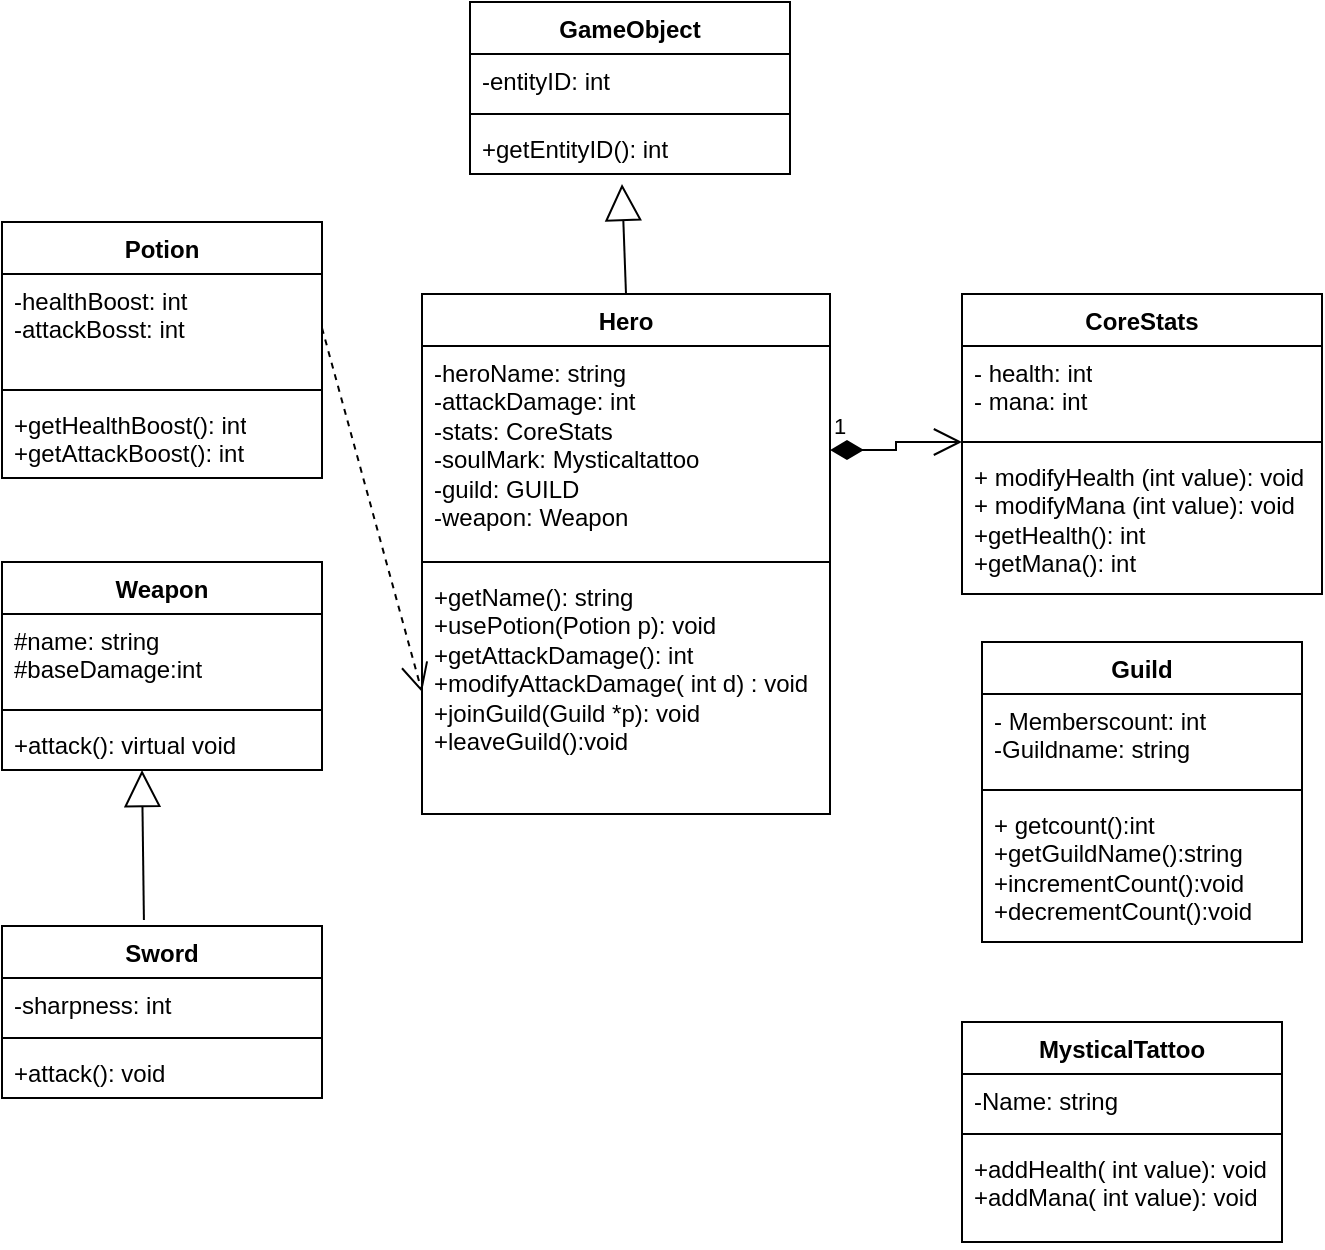
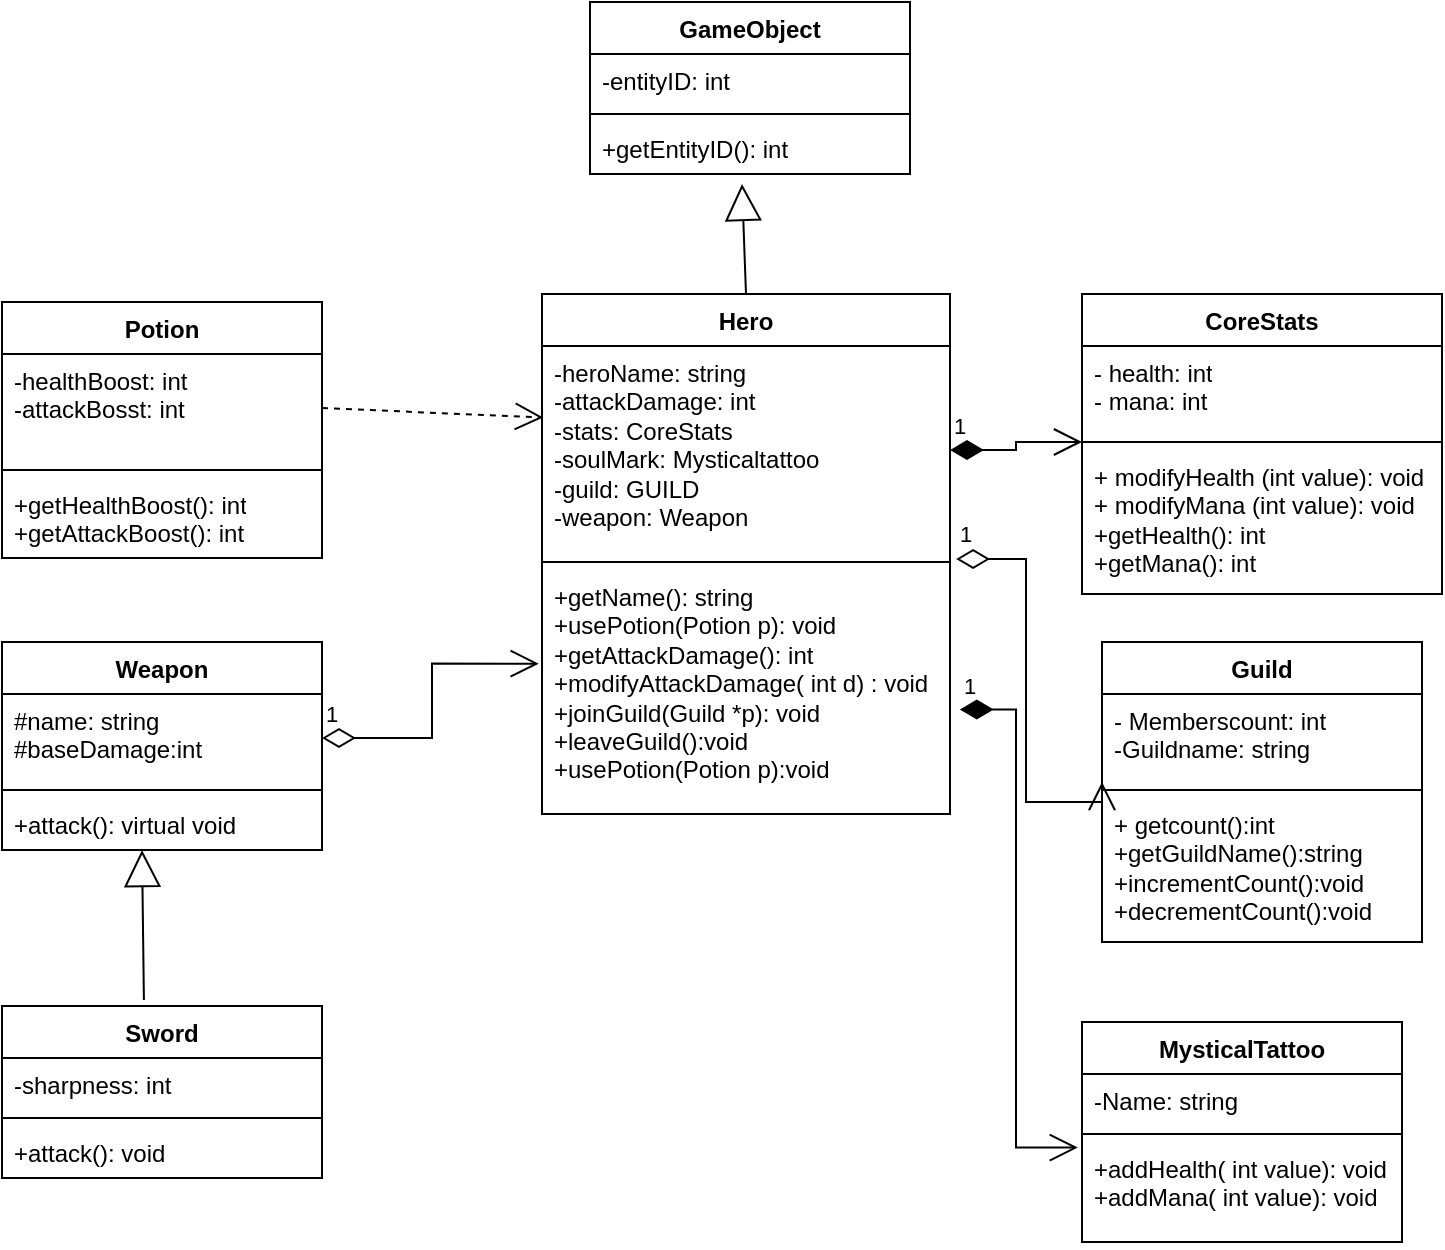
- <mxfile host="Electron" modified="2026-05-21T23:47:07.541Z" agent="Mozilla/5.0 (Windows NT 10.0; Win64; x64) AppleWebKit/537.36 (KHTML, like Gecko) draw.io/24.4.0 Chrome/120.0.6099.109 Electron/28.1.0 Safari/537.36" etag="iZG5FHQVWImlIttax7Pn" version="24.4.0" type="device">
+ <mxfile host="Electron" modified="2026-05-22T00:16:16.396Z" agent="Mozilla/5.0 (Windows NT 10.0; Win64; x64) AppleWebKit/537.36 (KHTML, like Gecko) draw.io/24.4.0 Chrome/120.0.6099.109 Electron/28.1.0 Safari/537.36" etag="Oc7O778FIm278JWoWP1z" version="24.4.0" type="device">
  <diagram id="C5RBs43oDa-KdzZeNtuy" name="Page-1">
-     <mxGraphModel dx="720" dy="430" grid="1" gridSize="10" guides="1" tooltips="1" connect="1" arrows="1" fold="1" page="1" pageScale="1" pageWidth="827" pageHeight="1169" math="0" shadow="0">
+     <mxGraphModel dx="823" dy="491" grid="1" gridSize="10" guides="1" tooltips="1" connect="1" arrows="1" fold="1" page="1" pageScale="1" pageWidth="827" pageHeight="1169" math="0" shadow="0">
      <root>
        <mxCell id="WIyWlLk6GJQsqaUBKTNV-0" />
        <mxCell id="WIyWlLk6GJQsqaUBKTNV-1" parent="WIyWlLk6GJQsqaUBKTNV-0" />
        <mxCell id="p3vUgTUbWygCvYEN91rt-4" value="Hero" style="swimlane;fontStyle=1;align=center;verticalAlign=top;childLayout=stackLayout;horizontal=1;startSize=26;horizontalStack=0;resizeParent=1;resizeParentMax=0;resizeLast=0;collapsible=1;marginBottom=0;whiteSpace=wrap;html=1;" vertex="1" parent="WIyWlLk6GJQsqaUBKTNV-1">
          <mxGeometry x="310" y="166" width="204" height="260" as="geometry" />
        </mxCell>
        <mxCell id="p3vUgTUbWygCvYEN91rt-5" value="-heroName: string&lt;div&gt;-attackDamage: int&lt;/div&gt;&lt;div&gt;-stats: CoreStats&lt;/div&gt;&lt;div&gt;-soulMark: Mysticaltattoo&lt;/div&gt;&lt;div&gt;-guild: GUILD&lt;/div&gt;&lt;div&gt;-weapon: Weapon&lt;/div&gt;&lt;div&gt;&lt;br&gt;&lt;/div&gt;" style="text;strokeColor=none;fillColor=none;align=left;verticalAlign=top;spacingLeft=4;spacingRight=4;overflow=hidden;rotatable=0;points=[[0,0.5],[1,0.5]];portConstraint=eastwest;whiteSpace=wrap;html=1;" vertex="1" parent="p3vUgTUbWygCvYEN91rt-4">
          <mxGeometry y="26" width="204" height="104" as="geometry" />
        </mxCell>
        <mxCell id="p3vUgTUbWygCvYEN91rt-6" value="" style="line;strokeWidth=1;fillColor=none;align=left;verticalAlign=middle;spacingTop=-1;spacingLeft=3;spacingRight=3;rotatable=0;labelPosition=right;points=[];portConstraint=eastwest;strokeColor=inherit;" vertex="1" parent="p3vUgTUbWygCvYEN91rt-4">
          <mxGeometry y="130" width="204" height="8" as="geometry" />
        </mxCell>
-         <mxCell id="p3vUgTUbWygCvYEN91rt-7" value="+getName(): string&lt;div&gt;+usePotion(Potion p): void&lt;/div&gt;&lt;div&gt;+getAttackDamage(): int&lt;/div&gt;&lt;div&gt;+modifyAttackDamage( int d) : void&lt;/div&gt;&lt;div&gt;+joinGuild(Guild *p): void&lt;/div&gt;&lt;div&gt;+leaveGuild():void&lt;/div&gt;&lt;div&gt;&lt;br&gt;&lt;div&gt;&lt;br&gt;&lt;/div&gt;&lt;/div&gt;" style="text;strokeColor=none;fillColor=none;align=left;verticalAlign=top;spacingLeft=4;spacingRight=4;overflow=hidden;rotatable=0;points=[[0,0.5],[1,0.5]];portConstraint=eastwest;whiteSpace=wrap;html=1;" vertex="1" parent="p3vUgTUbWygCvYEN91rt-4">
+         <mxCell id="p3vUgTUbWygCvYEN91rt-7" value="+getName(): string&lt;div&gt;+usePotion(Potion p): void&lt;/div&gt;&lt;div&gt;+getAttackDamage(): int&lt;/div&gt;&lt;div&gt;+modifyAttackDamage( int d) : void&lt;/div&gt;&lt;div&gt;+joinGuild(Guild *p): void&lt;/div&gt;&lt;div&gt;+leaveGuild():void&lt;/div&gt;&lt;div&gt;+usePotion(Potion p):void&lt;/div&gt;&lt;div&gt;&lt;br&gt;&lt;div&gt;&lt;br&gt;&lt;/div&gt;&lt;/div&gt;" style="text;strokeColor=none;fillColor=none;align=left;verticalAlign=top;spacingLeft=4;spacingRight=4;overflow=hidden;rotatable=0;points=[[0,0.5],[1,0.5]];portConstraint=eastwest;whiteSpace=wrap;html=1;" vertex="1" parent="p3vUgTUbWygCvYEN91rt-4">
          <mxGeometry y="138" width="204" height="122" as="geometry" />
        </mxCell>
        <mxCell id="p3vUgTUbWygCvYEN91rt-8" value="CoreStats" style="swimlane;fontStyle=1;align=center;verticalAlign=top;childLayout=stackLayout;horizontal=1;startSize=26;horizontalStack=0;resizeParent=1;resizeParentMax=0;resizeLast=0;collapsible=1;marginBottom=0;whiteSpace=wrap;html=1;" vertex="1" parent="WIyWlLk6GJQsqaUBKTNV-1">
          <mxGeometry x="580" y="166" width="180" height="150" as="geometry" />
        </mxCell>
        <mxCell id="p3vUgTUbWygCvYEN91rt-9" value="- health: int&lt;div&gt;- mana: int&lt;/div&gt;" style="text;strokeColor=none;fillColor=none;align=left;verticalAlign=top;spacingLeft=4;spacingRight=4;overflow=hidden;rotatable=0;points=[[0,0.5],[1,0.5]];portConstraint=eastwest;whiteSpace=wrap;html=1;" vertex="1" parent="p3vUgTUbWygCvYEN91rt-8">
          <mxGeometry y="26" width="180" height="44" as="geometry" />
        </mxCell>
        <mxCell id="p3vUgTUbWygCvYEN91rt-10" value="" style="line;strokeWidth=1;fillColor=none;align=left;verticalAlign=middle;spacingTop=-1;spacingLeft=3;spacingRight=3;rotatable=0;labelPosition=right;points=[];portConstraint=eastwest;strokeColor=inherit;" vertex="1" parent="p3vUgTUbWygCvYEN91rt-8">
          <mxGeometry y="70" width="180" height="8" as="geometry" />
        </mxCell>
        <mxCell id="p3vUgTUbWygCvYEN91rt-11" value="+ modifyHealth (int value): void&lt;div&gt;+ modifyMana (int value): void&lt;/div&gt;&lt;div&gt;+getHealth(): int&lt;/div&gt;&lt;div&gt;+getMana(): int&lt;/div&gt;&lt;div&gt;&lt;br&gt;&lt;div&gt;&lt;br&gt;&lt;/div&gt;&lt;/div&gt;" style="text;strokeColor=none;fillColor=none;align=left;verticalAlign=top;spacingLeft=4;spacingRight=4;overflow=hidden;rotatable=0;points=[[0,0.5],[1,0.5]];portConstraint=eastwest;whiteSpace=wrap;html=1;" vertex="1" parent="p3vUgTUbWygCvYEN91rt-8">
          <mxGeometry y="78" width="180" height="72" as="geometry" />
        </mxCell>
        <mxCell id="p3vUgTUbWygCvYEN91rt-12" value="MysticalTattoo" style="swimlane;fontStyle=1;align=center;verticalAlign=top;childLayout=stackLayout;horizontal=1;startSize=26;horizontalStack=0;resizeParent=1;resizeParentMax=0;resizeLast=0;collapsible=1;marginBottom=0;whiteSpace=wrap;html=1;" vertex="1" parent="WIyWlLk6GJQsqaUBKTNV-1">
          <mxGeometry x="580" y="530" width="160" height="110" as="geometry" />
        </mxCell>
        <mxCell id="p3vUgTUbWygCvYEN91rt-13" value="-Name: string" style="text;strokeColor=none;fillColor=none;align=left;verticalAlign=top;spacingLeft=4;spacingRight=4;overflow=hidden;rotatable=0;points=[[0,0.5],[1,0.5]];portConstraint=eastwest;whiteSpace=wrap;html=1;" vertex="1" parent="p3vUgTUbWygCvYEN91rt-12">
          <mxGeometry y="26" width="160" height="26" as="geometry" />
        </mxCell>
        <mxCell id="p3vUgTUbWygCvYEN91rt-14" value="" style="line;strokeWidth=1;fillColor=none;align=left;verticalAlign=middle;spacingTop=-1;spacingLeft=3;spacingRight=3;rotatable=0;labelPosition=right;points=[];portConstraint=eastwest;strokeColor=inherit;" vertex="1" parent="p3vUgTUbWygCvYEN91rt-12">
          <mxGeometry y="52" width="160" height="8" as="geometry" />
        </mxCell>
        <mxCell id="p3vUgTUbWygCvYEN91rt-15" value="+addHealth( int value): void&lt;div&gt;+addMana( int value): void&lt;/div&gt;" style="text;strokeColor=none;fillColor=none;align=left;verticalAlign=top;spacingLeft=4;spacingRight=4;overflow=hidden;rotatable=0;points=[[0,0.5],[1,0.5]];portConstraint=eastwest;whiteSpace=wrap;html=1;" vertex="1" parent="p3vUgTUbWygCvYEN91rt-12">
          <mxGeometry y="60" width="160" height="50" as="geometry" />
        </mxCell>
        <mxCell id="p3vUgTUbWygCvYEN91rt-16" value="Guild" style="swimlane;fontStyle=1;align=center;verticalAlign=top;childLayout=stackLayout;horizontal=1;startSize=26;horizontalStack=0;resizeParent=1;resizeParentMax=0;resizeLast=0;collapsible=1;marginBottom=0;whiteSpace=wrap;html=1;" vertex="1" parent="WIyWlLk6GJQsqaUBKTNV-1">
          <mxGeometry x="590" y="340" width="160" height="150" as="geometry" />
        </mxCell>
        <mxCell id="p3vUgTUbWygCvYEN91rt-17" value="- Memberscount: int&lt;div&gt;-Guildname: string&lt;/div&gt;" style="text;strokeColor=none;fillColor=none;align=left;verticalAlign=top;spacingLeft=4;spacingRight=4;overflow=hidden;rotatable=0;points=[[0,0.5],[1,0.5]];portConstraint=eastwest;whiteSpace=wrap;html=1;" vertex="1" parent="p3vUgTUbWygCvYEN91rt-16">
          <mxGeometry y="26" width="160" height="44" as="geometry" />
        </mxCell>
        <mxCell id="p3vUgTUbWygCvYEN91rt-18" value="" style="line;strokeWidth=1;fillColor=none;align=left;verticalAlign=middle;spacingTop=-1;spacingLeft=3;spacingRight=3;rotatable=0;labelPosition=right;points=[];portConstraint=eastwest;strokeColor=inherit;" vertex="1" parent="p3vUgTUbWygCvYEN91rt-16">
          <mxGeometry y="70" width="160" height="8" as="geometry" />
        </mxCell>
        <mxCell id="p3vUgTUbWygCvYEN91rt-19" value="+ getcount():int&lt;div&gt;+getGuildName():string&lt;br&gt;&lt;div&gt;+incrementCount():void&lt;/div&gt;&lt;div&gt;+decrementCount():void&lt;br&gt;&lt;div&gt;&lt;br&gt;&lt;/div&gt;&lt;/div&gt;&lt;/div&gt;" style="text;strokeColor=none;fillColor=none;align=left;verticalAlign=top;spacingLeft=4;spacingRight=4;overflow=hidden;rotatable=0;points=[[0,0.5],[1,0.5]];portConstraint=eastwest;whiteSpace=wrap;html=1;" vertex="1" parent="p3vUgTUbWygCvYEN91rt-16">
          <mxGeometry y="78" width="160" height="72" as="geometry" />
        </mxCell>
        <mxCell id="p3vUgTUbWygCvYEN91rt-20" value="Weapon" style="swimlane;fontStyle=1;align=center;verticalAlign=top;childLayout=stackLayout;horizontal=1;startSize=26;horizontalStack=0;resizeParent=1;resizeParentMax=0;resizeLast=0;collapsible=1;marginBottom=0;whiteSpace=wrap;html=1;" vertex="1" parent="WIyWlLk6GJQsqaUBKTNV-1">
-           <mxGeometry x="100" y="300" width="160" height="104" as="geometry" />
+           <mxGeometry x="40" y="340" width="160" height="104" as="geometry" />
        </mxCell>
        <mxCell id="p3vUgTUbWygCvYEN91rt-21" value="#name: string&lt;div&gt;#baseDamage:int&lt;br&gt;&lt;div&gt;&lt;br&gt;&lt;/div&gt;&lt;/div&gt;" style="text;strokeColor=none;fillColor=none;align=left;verticalAlign=top;spacingLeft=4;spacingRight=4;overflow=hidden;rotatable=0;points=[[0,0.5],[1,0.5]];portConstraint=eastwest;whiteSpace=wrap;html=1;" vertex="1" parent="p3vUgTUbWygCvYEN91rt-20">
          <mxGeometry y="26" width="160" height="44" as="geometry" />
        </mxCell>
        <mxCell id="p3vUgTUbWygCvYEN91rt-22" value="" style="line;strokeWidth=1;fillColor=none;align=left;verticalAlign=middle;spacingTop=-1;spacingLeft=3;spacingRight=3;rotatable=0;labelPosition=right;points=[];portConstraint=eastwest;strokeColor=inherit;" vertex="1" parent="p3vUgTUbWygCvYEN91rt-20">
          <mxGeometry y="70" width="160" height="8" as="geometry" />
        </mxCell>
        <mxCell id="p3vUgTUbWygCvYEN91rt-23" value="+attack(): virtual void" style="text;strokeColor=none;fillColor=none;align=left;verticalAlign=top;spacingLeft=4;spacingRight=4;overflow=hidden;rotatable=0;points=[[0,0.5],[1,0.5]];portConstraint=eastwest;whiteSpace=wrap;html=1;" vertex="1" parent="p3vUgTUbWygCvYEN91rt-20">
          <mxGeometry y="78" width="160" height="26" as="geometry" />
        </mxCell>
        <mxCell id="p3vUgTUbWygCvYEN91rt-24" value="Potion" style="swimlane;fontStyle=1;align=center;verticalAlign=top;childLayout=stackLayout;horizontal=1;startSize=26;horizontalStack=0;resizeParent=1;resizeParentMax=0;resizeLast=0;collapsible=1;marginBottom=0;whiteSpace=wrap;html=1;" vertex="1" parent="WIyWlLk6GJQsqaUBKTNV-1">
-           <mxGeometry x="100" y="130" width="160" height="128" as="geometry" />
+           <mxGeometry x="40" y="170" width="160" height="128" as="geometry" />
        </mxCell>
        <mxCell id="p3vUgTUbWygCvYEN91rt-25" value="-healthBoost: int&lt;div&gt;-attackBosst: int&lt;/div&gt;" style="text;strokeColor=none;fillColor=none;align=left;verticalAlign=top;spacingLeft=4;spacingRight=4;overflow=hidden;rotatable=0;points=[[0,0.5],[1,0.5]];portConstraint=eastwest;whiteSpace=wrap;html=1;" vertex="1" parent="p3vUgTUbWygCvYEN91rt-24">
          <mxGeometry y="26" width="160" height="54" as="geometry" />
        </mxCell>
        <mxCell id="p3vUgTUbWygCvYEN91rt-26" value="" style="line;strokeWidth=1;fillColor=none;align=left;verticalAlign=middle;spacingTop=-1;spacingLeft=3;spacingRight=3;rotatable=0;labelPosition=right;points=[];portConstraint=eastwest;strokeColor=inherit;" vertex="1" parent="p3vUgTUbWygCvYEN91rt-24">
          <mxGeometry y="80" width="160" height="8" as="geometry" />
        </mxCell>
        <mxCell id="p3vUgTUbWygCvYEN91rt-27" value="+getHealthBoost(): int&lt;div&gt;+getAttackBoost(): int&lt;/div&gt;" style="text;strokeColor=none;fillColor=none;align=left;verticalAlign=top;spacingLeft=4;spacingRight=4;overflow=hidden;rotatable=0;points=[[0,0.5],[1,0.5]];portConstraint=eastwest;whiteSpace=wrap;html=1;" vertex="1" parent="p3vUgTUbWygCvYEN91rt-24">
          <mxGeometry y="88" width="160" height="40" as="geometry" />
        </mxCell>
        <mxCell id="p3vUgTUbWygCvYEN91rt-28" value="Sword" style="swimlane;fontStyle=1;align=center;verticalAlign=top;childLayout=stackLayout;horizontal=1;startSize=26;horizontalStack=0;resizeParent=1;resizeParentMax=0;resizeLast=0;collapsible=1;marginBottom=0;whiteSpace=wrap;html=1;" vertex="1" parent="WIyWlLk6GJQsqaUBKTNV-1">
-           <mxGeometry x="100" y="482" width="160" height="86" as="geometry" />
+           <mxGeometry x="40" y="522" width="160" height="86" as="geometry" />
        </mxCell>
        <mxCell id="p3vUgTUbWygCvYEN91rt-29" value="-sharpness: int" style="text;strokeColor=none;fillColor=none;align=left;verticalAlign=top;spacingLeft=4;spacingRight=4;overflow=hidden;rotatable=0;points=[[0,0.5],[1,0.5]];portConstraint=eastwest;whiteSpace=wrap;html=1;" vertex="1" parent="p3vUgTUbWygCvYEN91rt-28">
          <mxGeometry y="26" width="160" height="26" as="geometry" />
        </mxCell>
        <mxCell id="p3vUgTUbWygCvYEN91rt-30" value="" style="line;strokeWidth=1;fillColor=none;align=left;verticalAlign=middle;spacingTop=-1;spacingLeft=3;spacingRight=3;rotatable=0;labelPosition=right;points=[];portConstraint=eastwest;strokeColor=inherit;" vertex="1" parent="p3vUgTUbWygCvYEN91rt-28">
          <mxGeometry y="52" width="160" height="8" as="geometry" />
        </mxCell>
        <mxCell id="p3vUgTUbWygCvYEN91rt-31" value="+attack(): void" style="text;strokeColor=none;fillColor=none;align=left;verticalAlign=top;spacingLeft=4;spacingRight=4;overflow=hidden;rotatable=0;points=[[0,0.5],[1,0.5]];portConstraint=eastwest;whiteSpace=wrap;html=1;" vertex="1" parent="p3vUgTUbWygCvYEN91rt-28">
          <mxGeometry y="60" width="160" height="26" as="geometry" />
        </mxCell>
        <mxCell id="p3vUgTUbWygCvYEN91rt-33" value="GameObject" style="swimlane;fontStyle=1;align=center;verticalAlign=top;childLayout=stackLayout;horizontal=1;startSize=26;horizontalStack=0;resizeParent=1;resizeParentMax=0;resizeLast=0;collapsible=1;marginBottom=0;whiteSpace=wrap;html=1;" vertex="1" parent="WIyWlLk6GJQsqaUBKTNV-1">
          <mxGeometry x="334" y="20" width="160" height="86" as="geometry" />
        </mxCell>
        <mxCell id="p3vUgTUbWygCvYEN91rt-34" value="-entityID: int" style="text;strokeColor=none;fillColor=none;align=left;verticalAlign=top;spacingLeft=4;spacingRight=4;overflow=hidden;rotatable=0;points=[[0,0.5],[1,0.5]];portConstraint=eastwest;whiteSpace=wrap;html=1;" vertex="1" parent="p3vUgTUbWygCvYEN91rt-33">
          <mxGeometry y="26" width="160" height="26" as="geometry" />
        </mxCell>
        <mxCell id="p3vUgTUbWygCvYEN91rt-35" value="" style="line;strokeWidth=1;fillColor=none;align=left;verticalAlign=middle;spacingTop=-1;spacingLeft=3;spacingRight=3;rotatable=0;labelPosition=right;points=[];portConstraint=eastwest;strokeColor=inherit;" vertex="1" parent="p3vUgTUbWygCvYEN91rt-33">
          <mxGeometry y="52" width="160" height="8" as="geometry" />
        </mxCell>
        <mxCell id="p3vUgTUbWygCvYEN91rt-36" value="+getEntityID(): int" style="text;strokeColor=none;fillColor=none;align=left;verticalAlign=top;spacingLeft=4;spacingRight=4;overflow=hidden;rotatable=0;points=[[0,0.5],[1,0.5]];portConstraint=eastwest;whiteSpace=wrap;html=1;" vertex="1" parent="p3vUgTUbWygCvYEN91rt-33">
          <mxGeometry y="60" width="160" height="26" as="geometry" />
        </mxCell>
        <mxCell id="p3vUgTUbWygCvYEN91rt-41" value="" style="endArrow=block;endSize=16;endFill=0;html=1;rounded=0;exitX=0.5;exitY=0;exitDx=0;exitDy=0;entryX=0.475;entryY=1.192;entryDx=0;entryDy=0;entryPerimeter=0;" edge="1" parent="WIyWlLk6GJQsqaUBKTNV-1" source="p3vUgTUbWygCvYEN91rt-4" target="p3vUgTUbWygCvYEN91rt-36">
          <mxGeometry width="160" relative="1" as="geometry">
            <mxPoint x="330" y="270" as="sourcePoint" />
            <mxPoint x="490" y="270" as="targetPoint" />
          </mxGeometry>
        </mxCell>
        <mxCell id="p3vUgTUbWygCvYEN91rt-42" value="" style="endArrow=block;endSize=16;endFill=0;html=1;rounded=0;exitX=0.5;exitY=0;exitDx=0;exitDy=0;" edge="1" parent="WIyWlLk6GJQsqaUBKTNV-1">
          <mxGeometry width="160" relative="1" as="geometry">
-             <mxPoint x="170.95999999999995" y="479" as="sourcePoint" />
-             <mxPoint x="170" y="404" as="targetPoint" />
+             <mxPoint x="110.95999999999995" y="519" as="sourcePoint" />
+             <mxPoint x="110" y="444" as="targetPoint" />
          </mxGeometry>
        </mxCell>
        <mxCell id="p3vUgTUbWygCvYEN91rt-43" value="1" style="endArrow=open;html=1;endSize=12;startArrow=diamondThin;startSize=14;startFill=1;edgeStyle=orthogonalEdgeStyle;align=left;verticalAlign=bottom;rounded=0;exitX=1;exitY=0.5;exitDx=0;exitDy=0;entryX=0;entryY=1.091;entryDx=0;entryDy=0;entryPerimeter=0;" edge="1" parent="WIyWlLk6GJQsqaUBKTNV-1" source="p3vUgTUbWygCvYEN91rt-5" target="p3vUgTUbWygCvYEN91rt-9">
          <mxGeometry x="-1" y="3" relative="1" as="geometry">
            <mxPoint x="340" y="340" as="sourcePoint" />
            <mxPoint x="500" y="340" as="targetPoint" />
          </mxGeometry>
        </mxCell>
-         <mxCell id="p3vUgTUbWygCvYEN91rt-49" value="" style="endArrow=open;endSize=12;dashed=1;html=1;rounded=0;entryX=0;entryY=0.5;entryDx=0;entryDy=0;exitX=1;exitY=0.5;exitDx=0;exitDy=0;" edge="1" parent="WIyWlLk6GJQsqaUBKTNV-1" source="p3vUgTUbWygCvYEN91rt-25" target="p3vUgTUbWygCvYEN91rt-7">
+         <mxCell id="p3vUgTUbWygCvYEN91rt-49" value="" style="endArrow=open;endSize=12;dashed=1;html=1;rounded=0;entryX=0.003;entryY=0.344;entryDx=0;entryDy=0;exitX=1;exitY=0.5;exitDx=0;exitDy=0;entryPerimeter=0;" edge="1" parent="WIyWlLk6GJQsqaUBKTNV-1" source="p3vUgTUbWygCvYEN91rt-25" target="p3vUgTUbWygCvYEN91rt-5">
          <mxGeometry width="160" relative="1" as="geometry">
            <mxPoint x="260" y="390" as="sourcePoint" />
            <mxPoint x="420" y="390" as="targetPoint" />
+           </mxGeometry>
+         </mxCell>
+         <mxCell id="p3vUgTUbWygCvYEN91rt-53" value="1" style="endArrow=open;html=1;endSize=12;startArrow=diamondThin;startSize=14;startFill=0;edgeStyle=orthogonalEdgeStyle;align=left;verticalAlign=bottom;rounded=0;entryX=0;entryY=1;entryDx=0;entryDy=0;entryPerimeter=0;exitX=1.015;exitY=1.024;exitDx=0;exitDy=0;exitPerimeter=0;" edge="1" parent="WIyWlLk6GJQsqaUBKTNV-1" source="p3vUgTUbWygCvYEN91rt-5" target="p3vUgTUbWygCvYEN91rt-17">
+           <mxGeometry x="-1" y="3" relative="1" as="geometry">
+             <mxPoint x="380" y="380" as="sourcePoint" />
+             <mxPoint x="540" y="380" as="targetPoint" />
+           </mxGeometry>
+         </mxCell>
+         <mxCell id="p3vUgTUbWygCvYEN91rt-56" value="1" style="endArrow=open;html=1;endSize=12;startArrow=diamondThin;startSize=14;startFill=1;edgeStyle=orthogonalEdgeStyle;align=left;verticalAlign=bottom;rounded=0;exitX=1.024;exitY=0.572;exitDx=0;exitDy=0;exitPerimeter=0;entryX=-0.013;entryY=0.056;entryDx=0;entryDy=0;entryPerimeter=0;" edge="1" parent="WIyWlLk6GJQsqaUBKTNV-1" source="p3vUgTUbWygCvYEN91rt-7" target="p3vUgTUbWygCvYEN91rt-15">
+           <mxGeometry x="-1" y="3" relative="1" as="geometry">
+             <mxPoint x="370" y="540" as="sourcePoint" />
+             <mxPoint x="530" y="540" as="targetPoint" />
+           </mxGeometry>
+         </mxCell>
+         <mxCell id="p3vUgTUbWygCvYEN91rt-57" value="1" style="endArrow=open;html=1;endSize=12;startArrow=diamondThin;startSize=14;startFill=0;edgeStyle=orthogonalEdgeStyle;align=left;verticalAlign=bottom;rounded=0;exitX=1;exitY=0.5;exitDx=0;exitDy=0;entryX=-0.008;entryY=0.384;entryDx=0;entryDy=0;entryPerimeter=0;" edge="1" parent="WIyWlLk6GJQsqaUBKTNV-1" source="p3vUgTUbWygCvYEN91rt-21" target="p3vUgTUbWygCvYEN91rt-7">
+           <mxGeometry x="-1" y="3" relative="1" as="geometry">
+             <mxPoint x="320" y="430" as="sourcePoint" />
+             <mxPoint x="480" y="430" as="targetPoint" />
          </mxGeometry>
        </mxCell>
      </root>
    </mxGraphModel>
  </diagram>
</mxfile>
